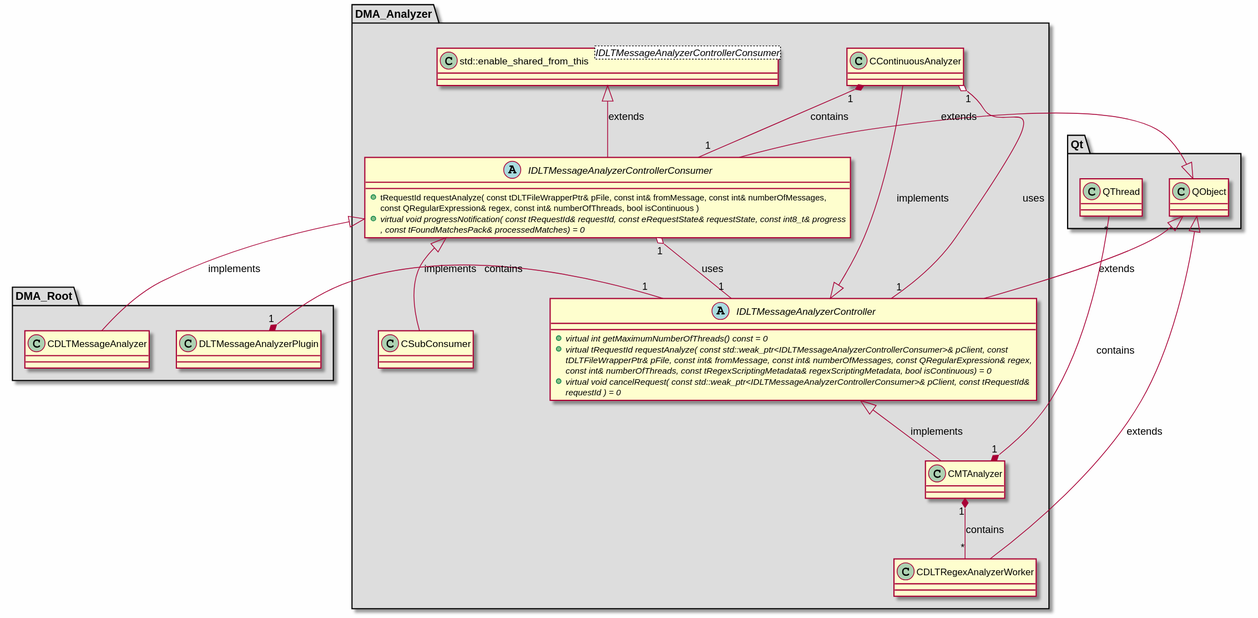
svlad-90/DLT-Message-Analyzer keeps this PlantUML diagram as md/dev_docs/puml/DMA_Analyzer.svg. Above is the earlier version. Its diagram source:
```plantuml
@startuml

skinparam backgroundColor #FEFEFE
skinparam wrapWidth 600
package "DMA_Analyzer" #DDDDDD
{

class "CContinuousAnalyzer"
{
}

class "CDLTRegexAnalyzerWorker"
{
}

class "CMTAnalyzer"
{
}

class "CSubConsumer"
{
}

abstract class "IDLTMessageAnalyzerController"
{
    + {abstract} virtual int getMaximumNumberOfThreads() const = 0
    + {abstract} virtual tRequestId requestAnalyze( const std::weak_ptr<IDLTMessageAnalyzerControllerConsumer>& pClient, const tDLTFileWrapperPtr& pFile, const int& fromMessage, const int& numberOfMessages, const QRegularExpression& regex, const int& numberOfThreads, const tRegexScriptingMetadata& regexScriptingMetadata, bool isContinuous) = 0
    + {abstract} virtual void cancelRequest( const std::weak_ptr<IDLTMessageAnalyzerControllerConsumer>& pClient, const tRequestId& requestId ) = 0
}

abstract class "IDLTMessageAnalyzerControllerConsumer"
{
    + tRequestId requestAnalyze( const tDLTFileWrapperPtr& pFile, const int& fromMessage, const int& numberOfMessages, const QRegularExpression& regex, const int& numberOfThreads, bool isContinuous )
    + {abstract} virtual void progressNotification( const tRequestId& requestId, const eRequestState& requestState, const int8_t& progress, const tFoundMatchesPack& processedMatches) = 0
}

class "std::enable_shared_from_this<IDLTMessageAnalyzerControllerConsumer>" as std::enable_shared_from_this_IDLTMessageAnalyzerControllerConsumer_
{
}

}

package "DMA_Root" #DDDDDD
{

class "CDLTMessageAnalyzer"
{
}

class "DLTMessageAnalyzerPlugin"
{
}

}

package "Qt" #DDDDDD
{

class "QObject"
{
}

class "QThread"
{
}

}

IDLTMessageAnalyzerController <|-- CContinuousAnalyzer : implements
QObject <|-- CDLTRegexAnalyzerWorker : extends
IDLTMessageAnalyzerController <|-- CMTAnalyzer : implements
IDLTMessageAnalyzerControllerConsumer <|-- CSubConsumer : implements
QObject <|-- IDLTMessageAnalyzerController : extends
QObject <|-- IDLTMessageAnalyzerControllerConsumer : extends
std::enable_shared_from_this_IDLTMessageAnalyzerControllerConsumer_ <|-- IDLTMessageAnalyzerControllerConsumer : extends
IDLTMessageAnalyzerControllerConsumer <|-- CDLTMessageAnalyzer : implements

CContinuousAnalyzer "1" o-- "1" IDLTMessageAnalyzerController : uses
CContinuousAnalyzer "1" *-- "1" IDLTMessageAnalyzerControllerConsumer : contains
CMTAnalyzer "1" *-- "*" CDLTRegexAnalyzerWorker : contains
CMTAnalyzer "1" *-- "*" QThread : contains
IDLTMessageAnalyzerControllerConsumer "1" o-- "1" IDLTMessageAnalyzerController : uses
DLTMessageAnalyzerPlugin "1" *-- "1" IDLTMessageAnalyzerController : contains

@enduml
```
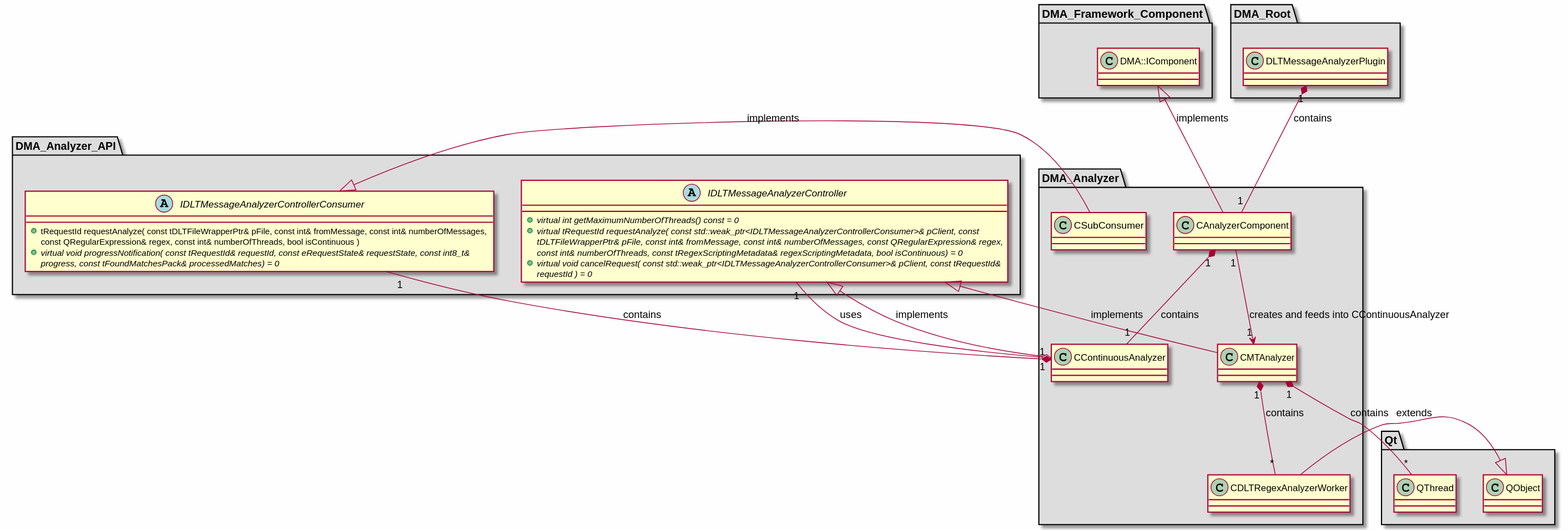
Later version of the same file.

The edit, as a diff of the source:
```diff
@@ -4,6 +4,10 @@
 skinparam wrapWidth 600
 package "DMA_Analyzer" #DDDDDD
 {
+
+class "CAnalyzerComponent"
+{
+}
 
 class "CContinuousAnalyzer"
 {
@@ -21,6 +25,11 @@
 {
 }
 
+}
+
+package "DMA_Analyzer_API" #DDDDDD
+{
+
 abstract class "IDLTMessageAnalyzerController"
 {
     + {abstract} virtual int getMaximumNumberOfThreads() const = 0
@@ -34,7 +43,12 @@
     + {abstract} virtual void progressNotification( const tRequestId& requestId, const eRequestState& requestState, const int8_t& progress, const tFoundMatchesPack& processedMatches) = 0
 }
 
-class "std::enable_shared_from_this<IDLTMessageAnalyzerControllerConsumer>" as std::enable_shared_from_this_IDLTMessageAnalyzerControllerConsumer_
+}
+
+package "DMA_Framework_Component" #DDDDDD
+{
+
+class "DMA::IComponent"
 {
 }
 
@@ -42,10 +56,6 @@
 
 package "DMA_Root" #DDDDDD
 {
-
-class "CDLTMessageAnalyzer"
-{
-}
 
 class "DLTMessageAnalyzerPlugin"
 {
@@ -66,20 +76,18 @@
 
 }
 
+DMA::IComponent <|-- CAnalyzerComponent : implements
 IDLTMessageAnalyzerController <|-- CContinuousAnalyzer : implements
 QObject <|-- CDLTRegexAnalyzerWorker : extends
 IDLTMessageAnalyzerController <|-- CMTAnalyzer : implements
 IDLTMessageAnalyzerControllerConsumer <|-- CSubConsumer : implements
-QObject <|-- IDLTMessageAnalyzerController : extends
-QObject <|-- IDLTMessageAnalyzerControllerConsumer : extends
-std::enable_shared_from_this_IDLTMessageAnalyzerControllerConsumer_ <|-- IDLTMessageAnalyzerControllerConsumer : extends
-IDLTMessageAnalyzerControllerConsumer <|-- CDLTMessageAnalyzer : implements
 
+CAnalyzerComponent "1" *-- "1" CContinuousAnalyzer : contains
+CAnalyzerComponent "1" --> "1" CMTAnalyzer : creates and feeds into CContinuousAnalyzer
 CContinuousAnalyzer "1" o-- "1" IDLTMessageAnalyzerController : uses
 CContinuousAnalyzer "1" *-- "1" IDLTMessageAnalyzerControllerConsumer : contains
 CMTAnalyzer "1" *-- "*" CDLTRegexAnalyzerWorker : contains
 CMTAnalyzer "1" *-- "*" QThread : contains
-IDLTMessageAnalyzerControllerConsumer "1" o-- "1" IDLTMessageAnalyzerController : uses
-DLTMessageAnalyzerPlugin "1" *-- "1" IDLTMessageAnalyzerController : contains
+DLTMessageAnalyzerPlugin "1" *-- "1" CAnalyzerComponent : contains
 
 @enduml
```
